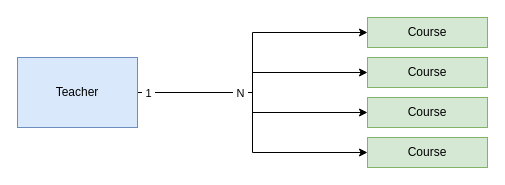
jeftegoes/java-jpa-overview-and-examples keeps this draw.io diagram as Diagrams/OneToMany.drawio. Above is the earlier version. Source tidied: cells renumbered, new cells numbered last; positions are measured from the earlier drawing's top-left corner, leaving out a move shared by most shapes. Both pictures are drawn from the tidied source at 100%, with x=0, y=0 at pixel (17, 17).
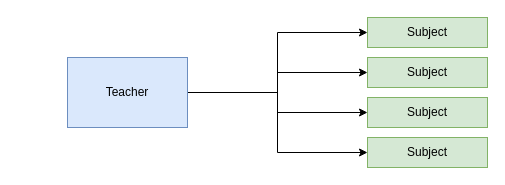
After the change.

Change to the diagram source:
```diff
@@
 <mxGraphModel>
   <root>
     <mxCell id="0" />
     <mxCell id="1" parent="0" />
     <mxCell id="2" style="edgeStyle=orthogonalEdgeStyle;rounded=0;jettySize=auto;html=1;entryX=0;entryY=0.5;entryDx=0;entryDy=0;" parent="1" edge="1" source="8" target="9">
       <mxGeometry relative="1" as="geometry" />
     </mxCell>
-    <mxCell id="3" style="edgeStyle=orthogonalEdgeStyle;rounded=0;jettySize=auto;html=1;entryX=0;entryY=0.5;entryDx=0;entryDy=0;" parent="1" edge="1" source="8" target="10">
+    <mxCell id="3" style="edgeStyle=orthogonalEdgeStyle;rounded=0;jettySize=auto;html=1;" parent="1" edge="1" source="8" target="10">
       <mxGeometry relative="1" as="geometry" />
     </mxCell>
     <mxCell id="4" style="edgeStyle=orthogonalEdgeStyle;rounded=0;jettySize=auto;html=1;" parent="1" edge="1" source="8" target="11">
       <mxGeometry relative="1" as="geometry" />
     </mxCell>
     <mxCell id="5" style="edgeStyle=orthogonalEdgeStyle;rounded=0;jettySize=auto;html=1;entryX=0;entryY=0.5;entryDx=0;entryDy=0;" parent="1" edge="1" source="8" target="12">
       <mxGeometry relative="1" as="geometry" />
     </mxCell>
-    <mxCell id="6" value="&amp;nbsp;1&amp;nbsp;" style="edgeLabel;html=1;align=center;verticalAlign=middle;" parent="5" vertex="1">
-      <mxGeometry x="-0.62" relative="1" as="geometry">
-        <mxPoint x="-45" as="offset" />
-      </mxGeometry>
-    </mxCell>
-    <mxCell id="7" value="&amp;nbsp;N&amp;nbsp;" style="edgeLabel;html=1;align=center;verticalAlign=middle;" parent="5" vertex="1">
-      <mxGeometry x="-0.41" relative="1" as="geometry">
-        <mxPoint x="16" as="offset" />
-      </mxGeometry>
-    </mxCell>
     <mxCell id="8" value="Teacher" style="rounded=0;whiteSpace=wrap;html=1;fillColor=#dae8fc;strokeColor=#6c8ebf;" parent="1" vertex="1">
-      <mxGeometry y="40" width="120" height="70" as="geometry" />
+      <mxGeometry x="50" y="40" width="120" height="70" as="geometry" />
     </mxCell>
-    <mxCell id="9" value="Course" style="rounded=0;whiteSpace=wrap;html=1;fillColor=#d5e8d4;strokeColor=#82b366;" parent="1" vertex="1">
+    <mxCell id="9" value="Subject" style="rounded=0;whiteSpace=wrap;html=1;fillColor=#d5e8d4;strokeColor=#82b366;" parent="1" vertex="1">
       <mxGeometry x="350" width="120" height="30" as="geometry" />
     </mxCell>
-    <mxCell id="10" value="Course" style="rounded=0;whiteSpace=wrap;html=1;fillColor=#d5e8d4;strokeColor=#82b366;" parent="1" vertex="1">
+    <mxCell id="10" value="Subject" style="rounded=0;whiteSpace=wrap;html=1;fillColor=#d5e8d4;strokeColor=#82b366;" parent="1" vertex="1">
       <mxGeometry x="350" y="40" width="120" height="30" as="geometry" />
     </mxCell>
-    <mxCell id="11" value="Course" style="rounded=0;whiteSpace=wrap;html=1;fillColor=#d5e8d4;strokeColor=#82b366;" parent="1" vertex="1">
+    <mxCell id="11" value="Subject" style="rounded=0;whiteSpace=wrap;html=1;fillColor=#d5e8d4;strokeColor=#82b366;" parent="1" vertex="1">
       <mxGeometry x="350" y="80" width="120" height="30" as="geometry" />
     </mxCell>
-    <mxCell id="12" value="Course" style="rounded=0;whiteSpace=wrap;html=1;fillColor=#d5e8d4;strokeColor=#82b366;" parent="1" vertex="1">
+    <mxCell id="12" value="Subject" style="rounded=0;whiteSpace=wrap;html=1;fillColor=#d5e8d4;strokeColor=#82b366;" parent="1" vertex="1">
       <mxGeometry x="350" y="120" width="120" height="30" as="geometry" />
     </mxCell>
   </root>
 </mxGraphModel>
```
